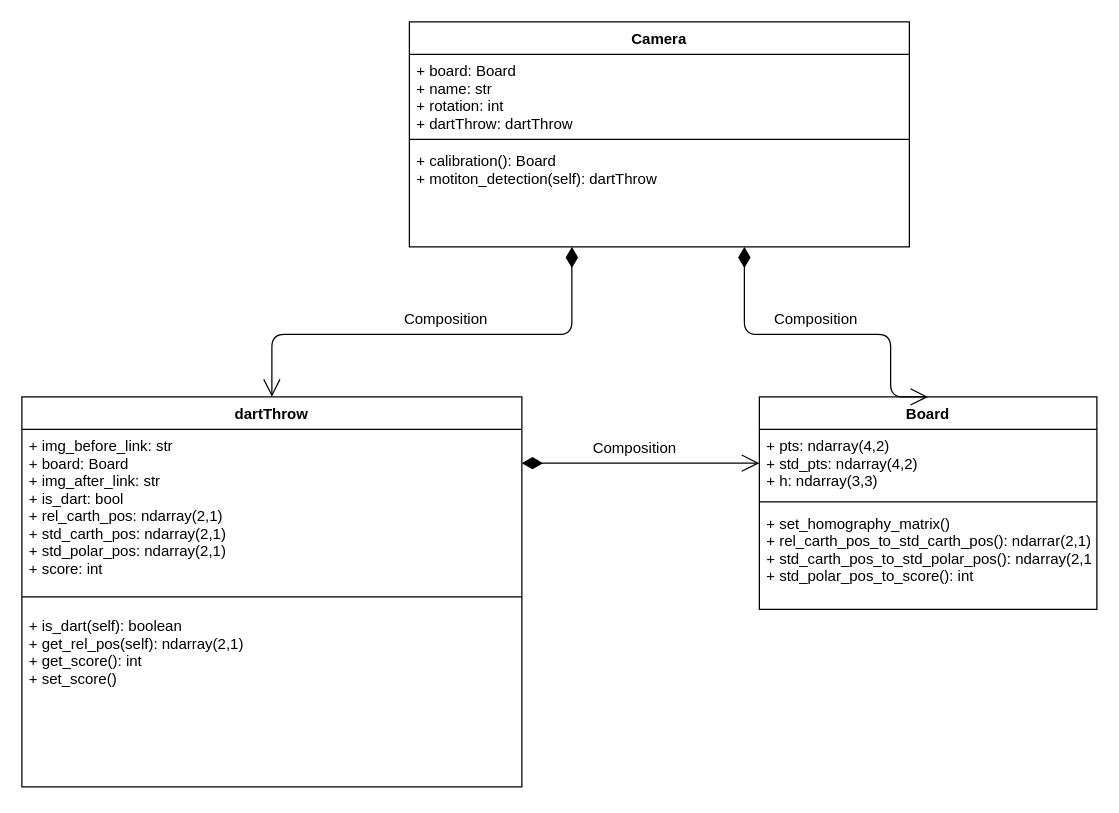
j0j0i996/dart-vader-detection keeps this draw.io diagram as page "Class diagram UML" (2 of 2) of dart_project.drawio. Above is the earlier version. Source tidied: cells renumbered, new cells numbered last; positions are measured from the earlier drawing's top-left corner, leaving out a move shared by most shapes. Both pictures are drawn from the tidied source at 125%, with x=0, y=0 at pixel (21, 21).
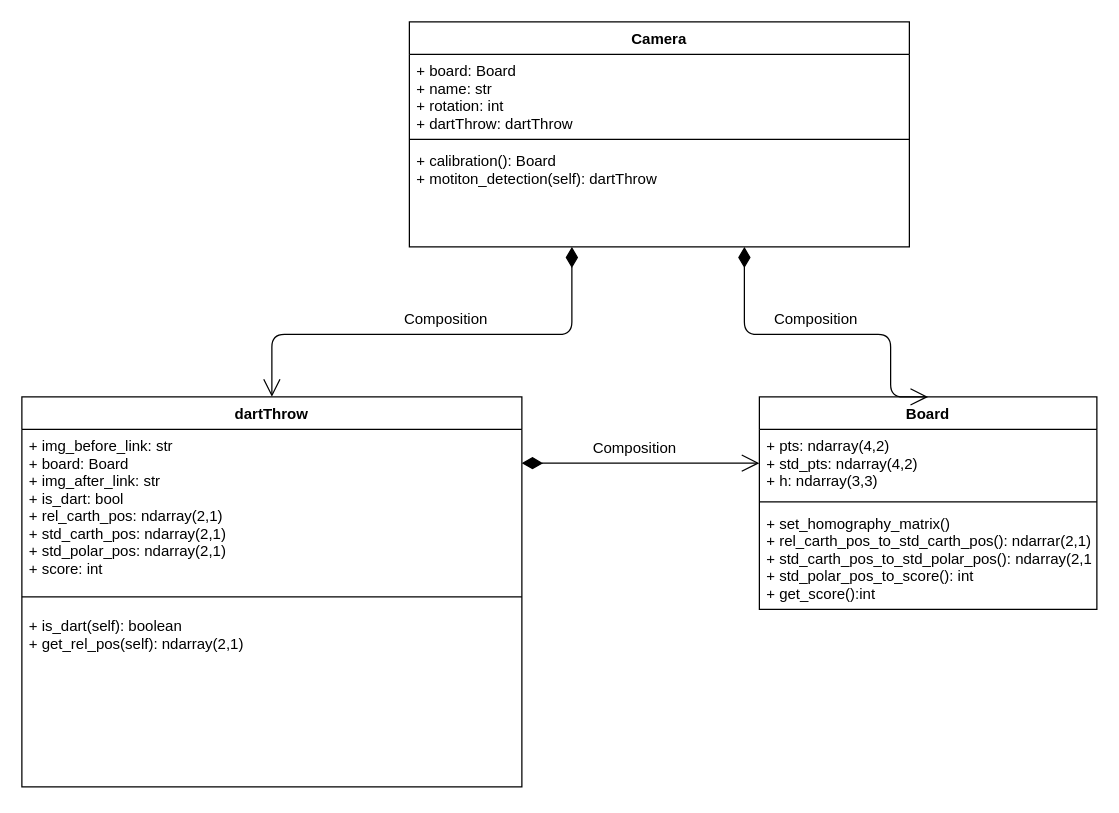
The same diagram, later.

Commit message (it also covers changes not shown here):
Get score function

Unchanged cells that the change refers to:
```xml
<mxCell id="2" value="dartThrow" style="swimlane;fontStyle=1;align=center;verticalAlign=top;horizontal=1;startSize=26;" parent="1" vertex="1">
  <mxGeometry y="300" width="400" height="312" as="geometry" />
</mxCell>
<mxCell id="10" value="Board" style="swimlane;fontStyle=1;align=center;verticalAlign=top;horizontal=1;startSize=26;" parent="1" vertex="1">
  <mxGeometry x="590" y="300" width="270" height="170" as="geometry" />
</mxCell>
```

Diff of the diagram source:
```diff
@@
-    <mxCell id="5" value="+ is_dart(self): boolean&#10;+ get_rel_pos(self): ndarray(2,1)&#10;+ get_score(): int&#10;+ set_score()" style="text;strokeColor=none;fillColor=none;align=left;verticalAlign=top;spacingLeft=4;spacingRight=4;overflow=hidden;" parent="2" vertex="1">
+    <mxCell id="5" value="+ is_dart(self): boolean&#10;+ get_rel_pos(self): ndarray(2,1)" style="text;strokeColor=none;fillColor=none;align=left;verticalAlign=top;spacingLeft=4;spacingRight=4;overflow=hidden;" parent="2" vertex="1">
       <mxGeometry y="170" width="400" height="142" as="geometry" />
     </mxCell>
@@
-    <mxCell id="13" value="+ set_homography_matrix()&#10;+ rel_carth_pos_to_std_carth_pos(): ndarrar(2,1)&#10;+ std_carth_pos_to_std_polar_pos(): ndarray(2,1)&#10;+ std_polar_pos_to_score(): int" style="text;strokeColor=none;fillColor=none;align=left;verticalAlign=top;spacingLeft=4;spacingRight=4;overflow=hidden;" parent="10" vertex="1">
+    <mxCell id="13" value="+ set_homography_matrix()&#10;+ rel_carth_pos_to_std_carth_pos(): ndarrar(2,1)&#10;+ std_carth_pos_to_std_polar_pos(): ndarray(2,1)&#10;+ std_polar_pos_to_score(): int&#10;+ get_score():int" style="text;strokeColor=none;fillColor=none;align=left;verticalAlign=top;spacingLeft=4;spacingRight=4;overflow=hidden;" parent="10" vertex="1">
       <mxGeometry y="88" width="270" height="82" as="geometry" />
     </mxCell>
```
